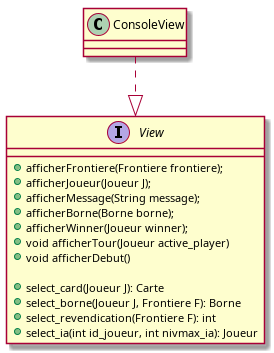
Before: src/diagrams/view.png, a diagram exported from PlantUML (Pagatok/pg220).
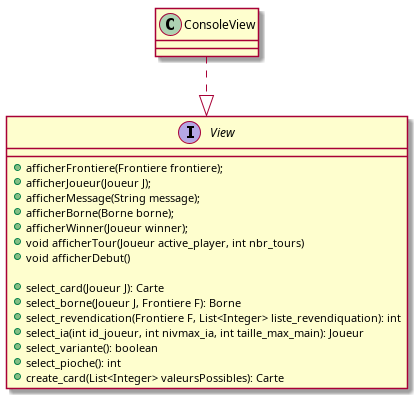
The same diagram one commit later.

The edit, as a diff of the source:
```diff
@@ -1,18 +1,21 @@
 @startuml view
 
 interface View{
-    + afficherFrontiere(Frontiere frontiere);
-    + afficherJoueur(Joueur J);
-    + afficherMessage(String message);
-    + afficherBorne(Borne borne);
-    + afficherWinner(Joueur winner);
-    + void afficherTour(Joueur active_player)
-    + void afficherDebut()
+        + afficherFrontiere(Frontiere frontiere);
+        + afficherJoueur(Joueur J);
+        + afficherMessage(String message);
+        + afficherBorne(Borne borne);
+        + afficherWinner(Joueur winner);
+        + void afficherTour(Joueur active_player, int nbr_tours)
+        + void afficherDebut()
 
-    + select_card(Joueur J): Carte
-    + select_borne(Joueur J, Frontiere F): Borne
-    + select_revendication(Frontiere F): int
-    + select_ia(int id_joueur, int nivmax_ia): Joueur
+        + select_card(Joueur J): Carte
+        + select_borne(Joueur J, Frontiere F): Borne
+        + select_revendication(Frontiere F, List<Integer> liste_revendiquation): int
+        + select_ia(int id_joueur, int nivmax_ia, int taille_max_main): Joueur
+	+ select_variante(): boolean
+	+ select_pioche(): int
+	+ create_card(List<Integer> valeursPossibles): Carte
 }
 
 class ConsoleView{
```
